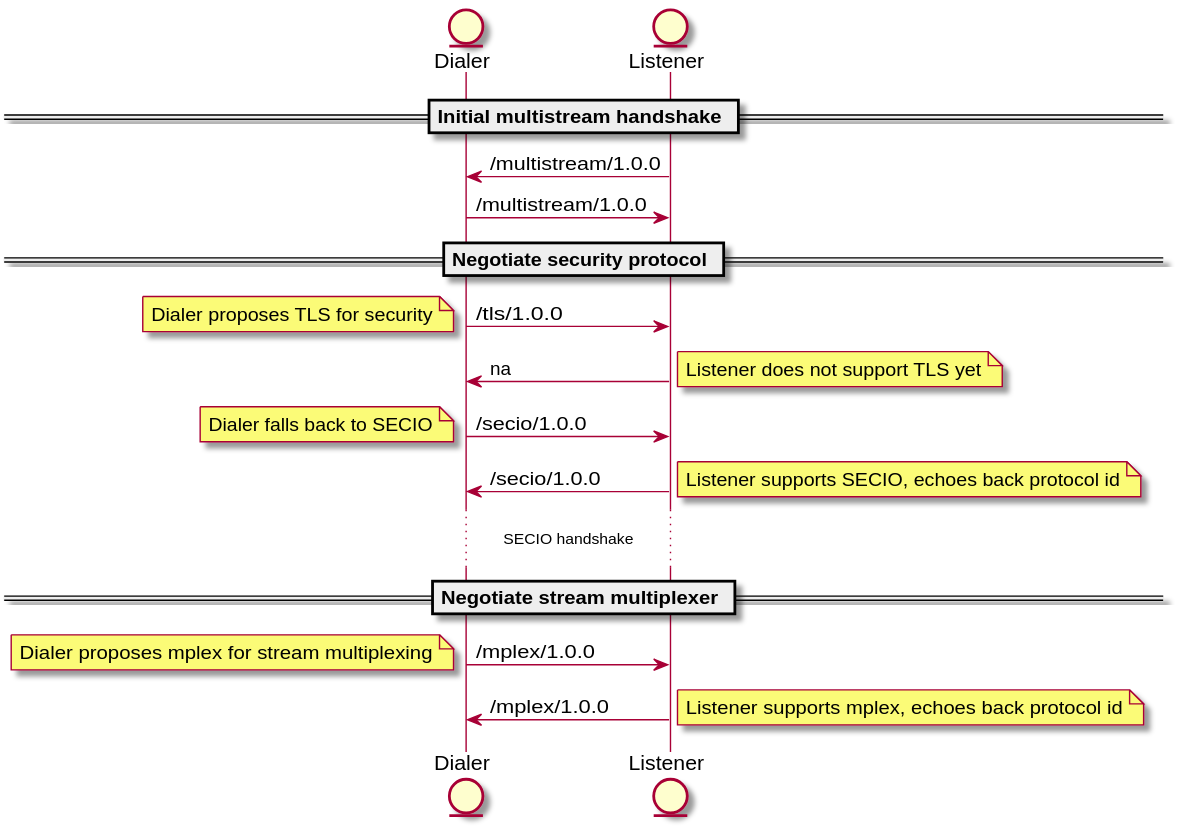
Above: connections/conn-upgrade.svg in libp2p/specs (PlantUML), before the change.
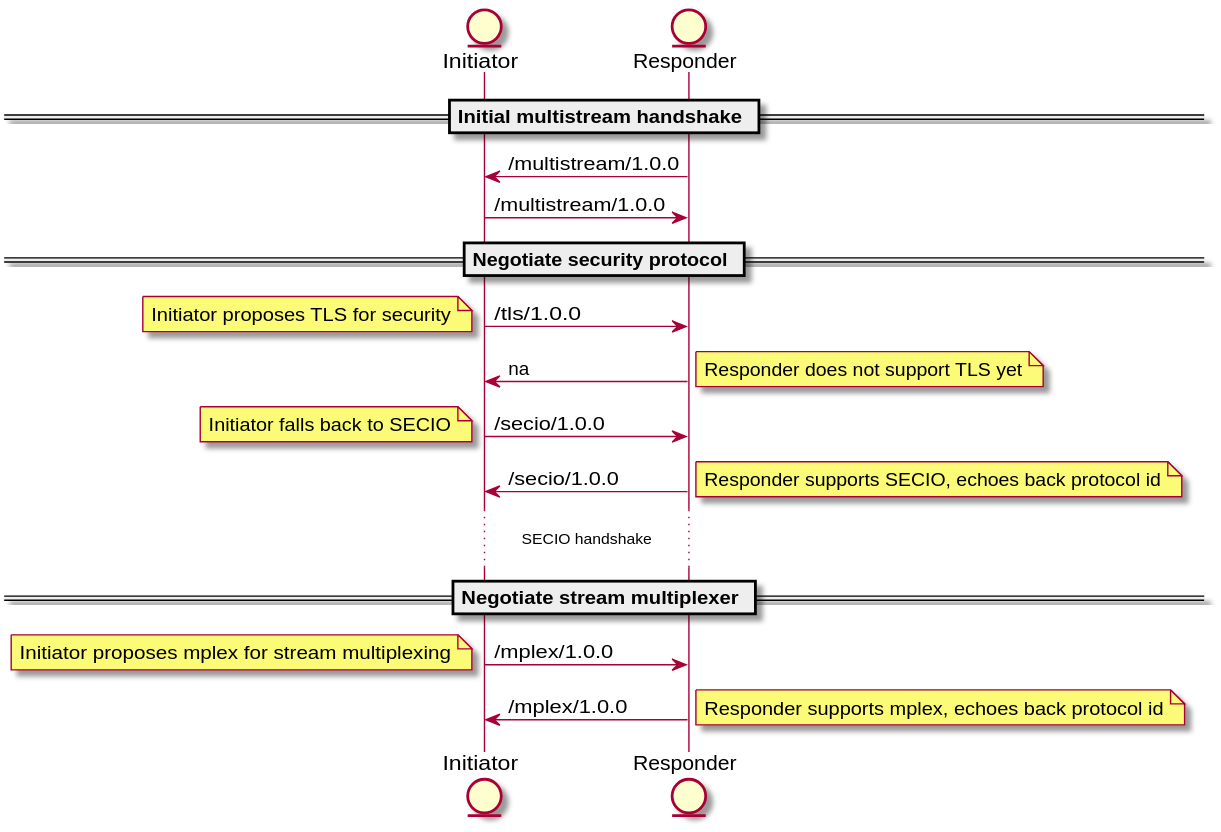
The same file after the commit.

Commit message:
regenerate diagram svgs

Diff of the diagram source:
```diff
@@ -1,36 +1,36 @@
 @startuml
 
-entity Dialer
-entity Listener
+entity Initiator
+entity Responder
 
 == Initial multistream handshake ==
 
-Listener -> Dialer: /multistream/1.0.0
-Dialer -> Listener: /multistream/1.0.0
+Responder -> Initiator: /multistream/1.0.0
+Initiator -> Responder: /multistream/1.0.0
 
 == Negotiate security protocol ==
 
-Dialer -> Listener: /tls/1.0.0
-note left: Dialer proposes TLS for security
+Initiator -> Responder: /tls/1.0.0
+note left: Initiator proposes TLS for security
 
-Listener -> Dialer: na
-note right: Listener does not support TLS yet
+Responder -> Initiator: na
+note right: Responder does not support TLS yet
 
-Dialer -> Listener: /secio/1.0.0
-note left: Dialer falls back to SECIO
+Initiator -> Responder: /secio/1.0.0
+note left: Initiator falls back to SECIO
 
-Listener -> Dialer: /secio/1.0.0
-note right: Listener supports SECIO, echoes back protocol id
+Responder -> Initiator: /secio/1.0.0
+note right: Responder supports SECIO, echoes back protocol id
 
 ... SECIO handshake ...
 
 == Negotiate stream multiplexer ==
 
-Dialer -> Listener: /mplex/1.0.0
-note left: Dialer proposes mplex for stream multiplexing
+Initiator -> Responder: /mplex/1.0.0
+note left: Initiator proposes mplex for stream multiplexing
 
-Listener -> Dialer: /mplex/1.0.0
-note right: Listener supports mplex, echoes back protocol id
+Responder -> Initiator: /mplex/1.0.0
+note right: Responder supports mplex, echoes back protocol id
 
 
 @enduml
```
